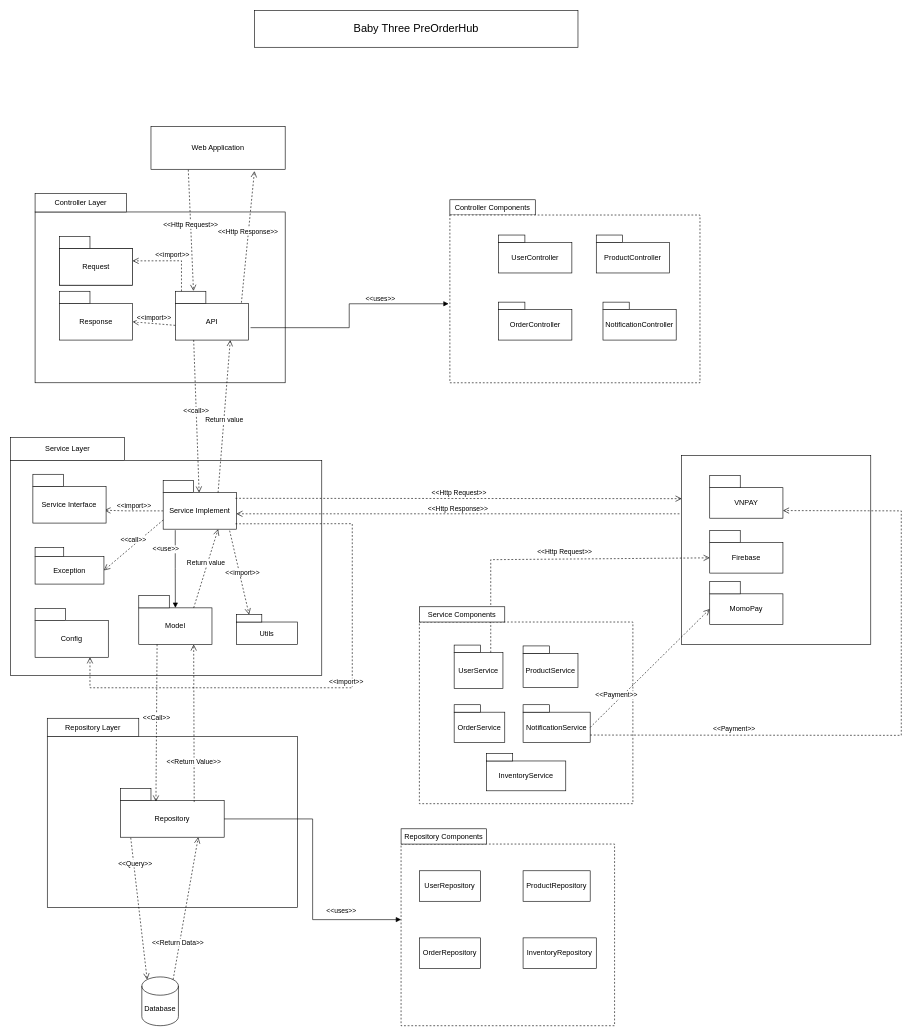
This is page "Trang-1" (1 of 3) of Biểu đồ không có tiêu đề.drawio from 5thJuly/FPT_2nd, a draw.io file, before an edit. Source tidied: cells renumbered, new cells numbered last; positions are measured from the earlier drawing's top-left corner, leaving out a move shared by most shapes. Both pictures are drawn from the tidied source at 61%, with x=0, y=0 at pixel (10, 10).
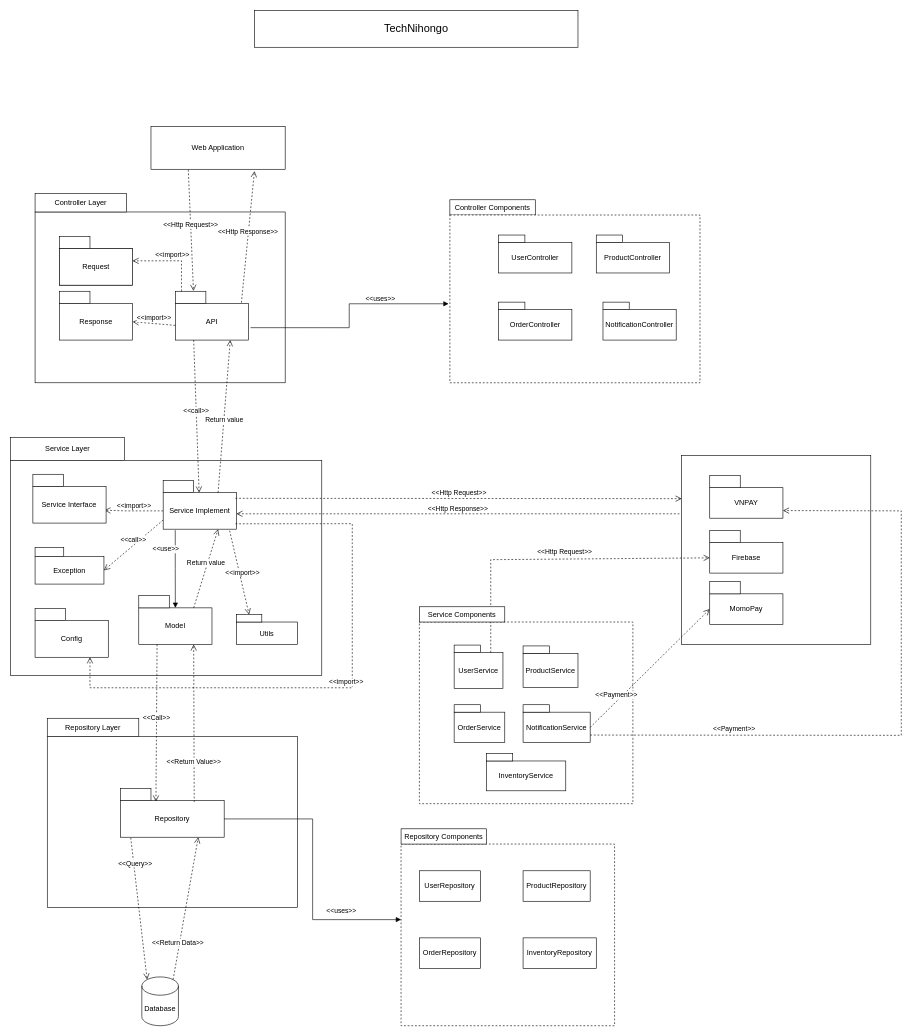
After the change.

Commit message:
Cập nhật Biểu đồ không có tiêu đề.drawio

Change to the diagram source:
```diff
@@
-    <mxCell id="5" value="&lt;font style=&quot;font-size: 18px;&quot;&gt;Baby Three PreOrderHub&lt;/font&gt;" style="rounded=0;whiteSpace=wrap;html=1;" parent="1" vertex="1">
+    <mxCell id="5" value="&lt;font style=&quot;font-size: 18px;&quot;&gt;TechNihongo&lt;/font&gt;" style="rounded=0;whiteSpace=wrap;html=1;" parent="1" vertex="1">
       <mxGeometry x="400" width="530" height="60" as="geometry" />
     </mxCell>
```
